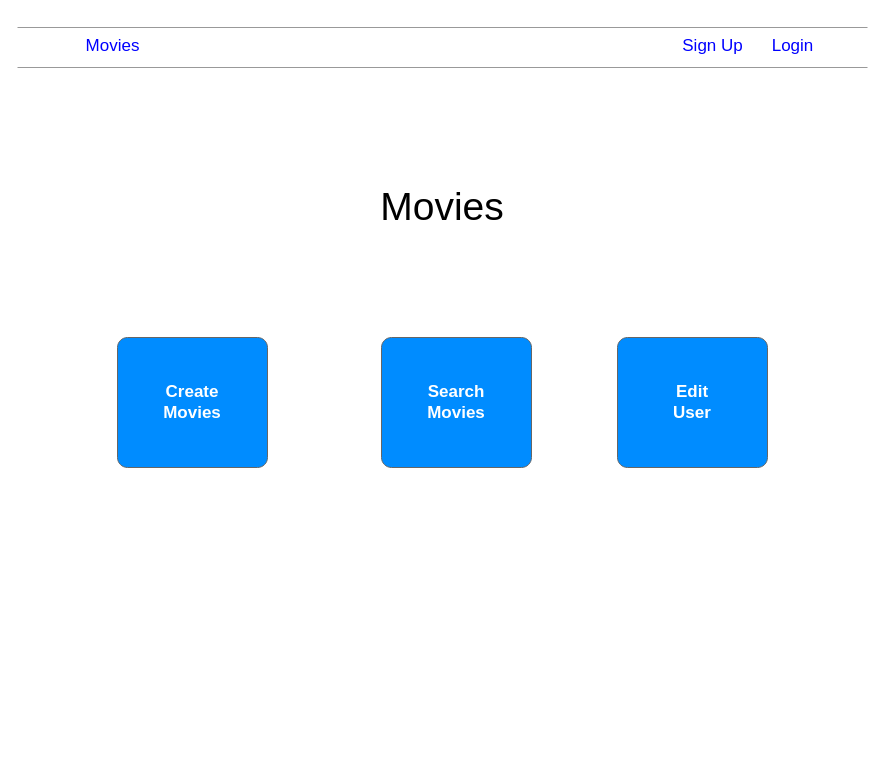
The draw.io diagram page "Menu" (3 of 8) of Docs/Wireframe.drawio in natank/diagrams, before the edit. Source tidied: cells renumbered, new cells numbered last; positions are measured from the earlier drawing's top-left corner, leaving out a move shared by most shapes. Both pictures are drawn from the tidied source at 100%, with x=0, y=0 at pixel (17, 17).
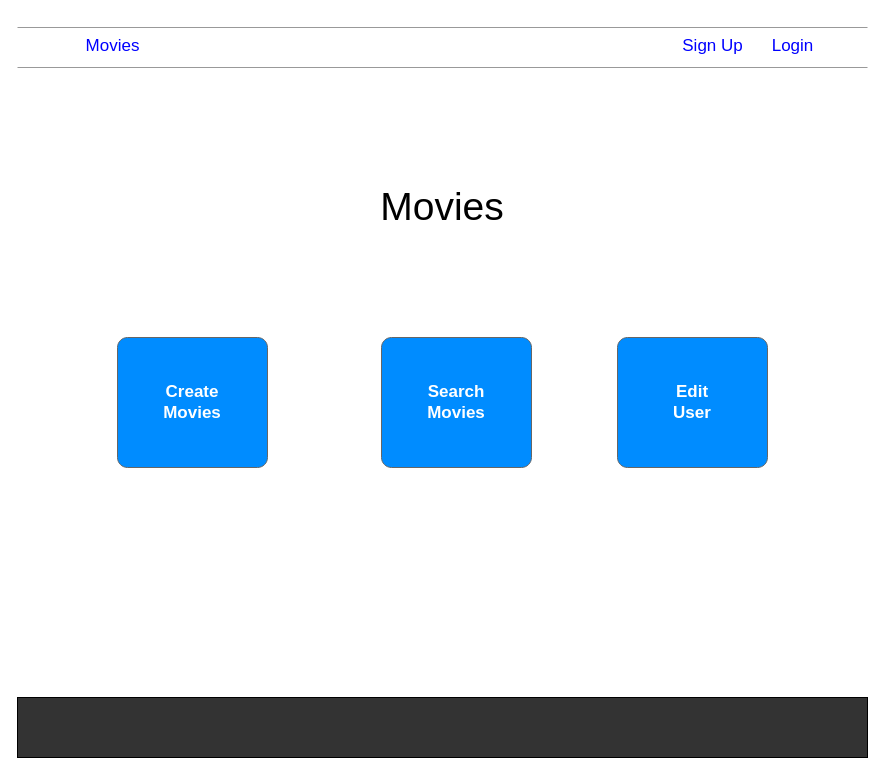
The same page after the edit.

What changed in the source:
```diff
@@
 <mxGraphModel>
   <root>
     <mxCell id="0" />
     <mxCell id="1" parent="0" />
     <mxCell id="2" style="verticalLabelPosition=bottom;shadow=0;dashed=0;align=center;html=1;verticalAlign=top;strokeWidth=1;shape=mxgraph.mockup.markup.line;strokeColor=#999999;" parent="1" vertex="1">
       <mxGeometry width="850" height="20" as="geometry" />
     </mxCell>
     <mxCell id="3" style="verticalLabelPosition=bottom;shadow=0;dashed=0;align=center;html=1;verticalAlign=top;strokeWidth=1;shape=mxgraph.mockup.markup.line;strokeColor=#999999;" parent="1" vertex="1">
       <mxGeometry y="40" width="850" height="20" as="geometry" />
     </mxCell>
     <mxCell id="4" value="Movies" style="shape=rectangle;strokeColor=none;fillColor=none;linkText=;fontSize=17;fontColor=#0000ff;fontStyle=0;html=1;align=center;" parent="1" vertex="1">
       <mxGeometry x="50" y="14" width="90" height="30" as="geometry" />
     </mxCell>
     <mxCell id="5" value="Login" style="shape=rectangle;strokeColor=none;fillColor=none;linkText=;fontSize=17;fontColor=#0000ff;fontStyle=0;html=1;align=center;" parent="1" vertex="1">
       <mxGeometry x="730" y="14" width="90" height="30" as="geometry" />
     </mxCell>
     <mxCell id="6" value="Sign Up" style="shape=rectangle;strokeColor=none;fillColor=none;linkText=;fontSize=17;fontColor=#0000ff;fontStyle=0;html=1;align=center;" parent="1" vertex="1">
       <mxGeometry x="650" y="14" width="90" height="30" as="geometry" />
     </mxCell>
     <mxCell id="7" value="Create&lt;br&gt;Movies" style="strokeWidth=1;shadow=0;dashed=0;align=center;html=1;shape=mxgraph.mockup.buttons.button;strokeColor=#666666;fontColor=#ffffff;mainText=;buttonStyle=round;fontSize=17;fontStyle=1;fillColor=#008cff;whiteSpace=wrap;" parent="1" vertex="1">
       <mxGeometry x="100" y="320" width="150" height="130" as="geometry" />
     </mxCell>
     <mxCell id="8" value="Search &lt;br&gt;Movies" style="strokeWidth=1;shadow=0;dashed=0;align=center;html=1;shape=mxgraph.mockup.buttons.button;strokeColor=#666666;fontColor=#ffffff;mainText=;buttonStyle=round;fontSize=17;fontStyle=1;fillColor=#008cff;whiteSpace=wrap;" parent="1" vertex="1">
       <mxGeometry x="364" y="320" width="150" height="130" as="geometry" />
     </mxCell>
     <mxCell id="9" value="Edit&lt;br&gt;User" style="strokeWidth=1;shadow=0;dashed=0;align=center;html=1;shape=mxgraph.mockup.buttons.button;strokeColor=#666666;fontColor=#ffffff;mainText=;buttonStyle=round;fontSize=17;fontStyle=1;fillColor=#008cff;whiteSpace=wrap;" parent="1" vertex="1">
       <mxGeometry x="600" y="320" width="150" height="130" as="geometry" />
     </mxCell>
     <mxCell id="10" value="Movies" style="text;html=1;strokeColor=none;fillColor=none;align=center;verticalAlign=middle;whiteSpace=wrap;rounded=0;strokeWidth=3;fontSize=39;" parent="1" vertex="1">
       <mxGeometry x="355" y="160" width="140" height="60" as="geometry" />
     </mxCell>
+    <mxCell id="11" style="rounded=0;whiteSpace=wrap;html=1;sketch=0;align=left;labelBackgroundColor=#333333;fillColor=#333333;" parent="1" vertex="1">
+      <mxGeometry y="680" width="850" height="60" as="geometry" />
+    </mxCell>
   </root>
 </mxGraphModel>
```
